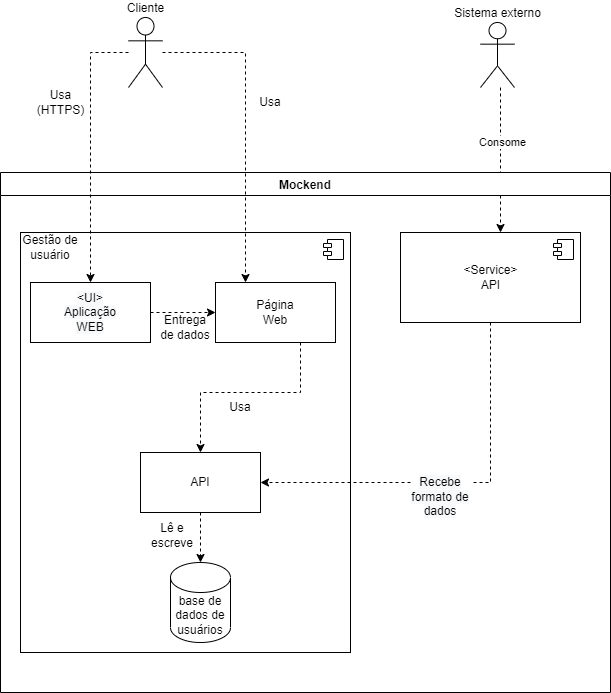
Above: Loremmock/imagens/Diagrama_de_Container.png in felipelagares/software-design-2021 (draw.io), before the change. Source tidied: cells renumbered, new cells last; positions are measured from the earlier drawing's top-left corner, leaving out a move shared by most shapes. Source of this version:
```xml
<mxGraphModel>
  <root>
    <mxCell id="0" />
    <mxCell id="1" parent="0" />
    <mxCell id="2" style="edgeStyle=orthogonalEdgeStyle;rounded=0;jettySize=auto;html=1;dashed=1;" parent="1" edge="1" source="4">
      <mxGeometry relative="1" as="geometry">
        <mxPoint x="500" y="215" as="targetPoint" />
        <Array as="points">
          <mxPoint x="500" y="105" />
          <mxPoint x="500" y="105" />
        </Array>
      </mxGeometry>
    </mxCell>
    <mxCell id="3" value="Consome" style="edgeLabel;html=1;align=center;verticalAlign=middle;" parent="2" vertex="1">
      <mxGeometry x="-0.36" y="1" relative="1" as="geometry">
        <mxPoint y="8" as="offset" />
      </mxGeometry>
    </mxCell>
    <mxCell id="4" value="Sistema externo&lt;br&gt;" style="shape=umlActor;verticalLabelPosition=top;verticalAlign=bottom;html=1;outlineConnect=0;labelPosition=center;align=center;" parent="1" vertex="1">
      <mxGeometry x="480" y="5" width="34" height="65" as="geometry" />
    </mxCell>
    <mxCell id="5" value="Mockend" style="swimlane;" parent="1" vertex="1">
      <mxGeometry y="155" width="610" height="520" as="geometry" />
    </mxCell>
    <mxCell id="6" style="html=1;" parent="5" vertex="1">
      <mxGeometry x="20" y="60" width="330" height="420" as="geometry" />
    </mxCell>
    <mxCell id="7" style="shape=module;jettyWidth=8;jettyHeight=4;" parent="6" vertex="1">
      <mxGeometry x="1" width="20" height="20" relative="1" as="geometry">
        <mxPoint x="-27" y="7" as="offset" />
      </mxGeometry>
    </mxCell>
    <mxCell id="8" value="&amp;lt;Service&amp;gt;&lt;br&gt;API" style="html=1;" parent="5" vertex="1">
      <mxGeometry x="400" y="60" width="180" height="90" as="geometry" />
    </mxCell>
    <mxCell id="9" style="shape=module;jettyWidth=8;jettyHeight=4;" parent="8" vertex="1">
      <mxGeometry x="1" width="20" height="20" relative="1" as="geometry">
        <mxPoint x="-27" y="7" as="offset" />
      </mxGeometry>
    </mxCell>
    <mxCell id="10" style="edgeStyle=orthogonalEdgeStyle;rounded=0;jettySize=auto;html=1;dashed=1;" parent="5" edge="1" source="11" target="24">
      <mxGeometry relative="1" as="geometry" />
    </mxCell>
    <mxCell id="11" value="&lt;br&gt;&lt;br&gt;&lt;span style=&quot;color: rgb(0 , 0 , 0) ; font-family: &amp;#34;helvetica&amp;#34; ; font-size: 12px ; font-style: normal ; font-weight: 400 ; letter-spacing: normal ; text-align: center ; text-indent: 0px ; text-transform: none ; word-spacing: 0px ; background-color: rgb(248 , 249 , 250) ; display: inline ; float: none&quot;&gt;Recebe formato de dados&lt;/span&gt;&lt;br&gt;" style="text;html=1;align=center;verticalAlign=middle;whiteSpace=wrap;rounded=0;" parent="5" vertex="1">
      <mxGeometry x="410" y="295" width="60" height="30" as="geometry" />
    </mxCell>
    <mxCell id="12" style="edgeStyle=orthogonalEdgeStyle;rounded=0;jettySize=auto;html=1;entryX=1;entryY=0.5;entryDx=0;entryDy=0;endArrow=none;dashed=1;" parent="5" edge="1" source="8" target="11">
      <mxGeometry relative="1" as="geometry" />
    </mxCell>
    <mxCell id="13" style="group;verticalAlign=middle;" parent="5" vertex="1">
      <mxGeometry x="30" y="110" width="120" height="60" as="geometry" />
    </mxCell>
    <mxCell id="14" style="rounded=0;whiteSpace=wrap;html=1;" parent="13" vertex="1">
      <mxGeometry width="120" height="60" as="geometry" />
    </mxCell>
    <mxCell id="15" value="&#10;&#10;&lt;span style=&quot;color: rgb(0, 0, 0); font-family: helvetica; font-size: 12px; font-style: normal; font-weight: 400; letter-spacing: normal; text-align: center; text-indent: 0px; text-transform: none; word-spacing: 0px; background-color: rgb(248, 249, 250); display: inline; float: none;&quot;&gt;&amp;lt;UI&amp;gt;&lt;/span&gt;&lt;br style=&quot;color: rgb(0, 0, 0); font-family: helvetica; font-size: 12px; font-style: normal; font-weight: 400; letter-spacing: normal; text-align: center; text-indent: 0px; text-transform: none; word-spacing: 0px; background-color: rgb(248, 249, 250);&quot;&gt;&lt;span style=&quot;color: rgb(0, 0, 0); font-family: helvetica; font-size: 12px; font-style: normal; font-weight: 400; letter-spacing: normal; text-align: center; text-indent: 0px; text-transform: none; word-spacing: 0px; background-color: rgb(248, 249, 250); display: inline; float: none;&quot;&gt;Aplicação WEB&lt;/span&gt;&#10;&#10;" style="text;html=1;strokeColor=none;fillColor=none;align=center;verticalAlign=middle;whiteSpace=wrap;rounded=0;" parent="13" vertex="1">
      <mxGeometry x="30" y="15" width="60" height="30" as="geometry" />
    </mxCell>
    <mxCell id="16" value="base de dados de usuários" style="shape=cylinder3;whiteSpace=wrap;html=1;boundedLbl=1;backgroundOutline=1;size=15;" parent="5" vertex="1">
      <mxGeometry x="170" y="390" width="60" height="80" as="geometry" />
    </mxCell>
    <mxCell id="17" style="edgeStyle=orthogonalEdgeStyle;rounded=0;jettySize=auto;html=1;dashed=1;" parent="5" edge="1" source="24" target="16">
      <mxGeometry relative="1" as="geometry" />
    </mxCell>
    <mxCell id="18" value="Lê e escreve" style="text;html=1;strokeColor=none;fillColor=none;align=center;verticalAlign=middle;whiteSpace=wrap;rounded=0;" parent="5" vertex="1">
      <mxGeometry x="142" y="348" width="60" height="30" as="geometry" />
    </mxCell>
    <mxCell id="19" style="edgeStyle=orthogonalEdgeStyle;rounded=0;jettySize=auto;html=1;dashed=1;" parent="5" edge="1" source="27" target="24">
      <mxGeometry relative="1" as="geometry">
        <Array as="points">
          <mxPoint x="300" y="220" />
          <mxPoint x="200" y="220" />
        </Array>
      </mxGeometry>
    </mxCell>
    <mxCell id="20" value="Usa" style="text;html=1;strokeColor=none;fillColor=none;align=center;verticalAlign=middle;whiteSpace=wrap;rounded=0;" parent="5" vertex="1">
      <mxGeometry x="210" y="220" width="60" height="30" as="geometry" />
    </mxCell>
    <mxCell id="21" style="edgeStyle=orthogonalEdgeStyle;rounded=0;jettySize=auto;html=1;dashed=1;" parent="5" edge="1" source="14" target="27">
      <mxGeometry relative="1" as="geometry" />
    </mxCell>
    <mxCell id="22" value="Entrega de dados" style="text;html=1;strokeColor=none;fillColor=none;align=center;verticalAlign=middle;whiteSpace=wrap;rounded=0;" parent="5" vertex="1">
      <mxGeometry x="155" y="140" width="60" height="30" as="geometry" />
    </mxCell>
    <mxCell id="23" style="group;" parent="5" vertex="1">
      <mxGeometry x="140" y="280" width="120" height="60" as="geometry" />
    </mxCell>
    <mxCell id="24" style="rounded=0;whiteSpace=wrap;html=1;" parent="23" vertex="1">
      <mxGeometry width="120" height="60" as="geometry" />
    </mxCell>
    <mxCell id="25" value="API" style="text;html=1;strokeColor=none;fillColor=none;align=center;verticalAlign=middle;whiteSpace=wrap;rounded=0;" parent="23" vertex="1">
      <mxGeometry x="30" y="15" width="60" height="30" as="geometry" />
    </mxCell>
    <mxCell id="26" style="group;" parent="5" vertex="1">
      <mxGeometry x="215" y="110" width="120" height="60" as="geometry" />
    </mxCell>
    <mxCell id="27" style="rounded=0;whiteSpace=wrap;html=1;" parent="26" vertex="1">
      <mxGeometry width="120" height="60" as="geometry" />
    </mxCell>
    <mxCell id="28" value="Página Web" style="text;html=1;strokeColor=none;fillColor=none;align=center;verticalAlign=middle;whiteSpace=wrap;rounded=0;" parent="26" vertex="1">
      <mxGeometry x="30" y="15" width="60" height="30" as="geometry" />
    </mxCell>
    <mxCell id="29" value="Gestão de usuário" style="text;html=1;strokeColor=none;fillColor=none;align=center;verticalAlign=middle;whiteSpace=wrap;rounded=0;" parent="5" vertex="1">
      <mxGeometry x="20" y="60" width="60" height="30" as="geometry" />
    </mxCell>
    <mxCell id="30" style="edgeStyle=orthogonalEdgeStyle;rounded=0;jettySize=auto;html=1;entryX=0.25;entryY=0;entryDx=0;entryDy=0;dashed=1;" parent="1" edge="1" source="32" target="27">
      <mxGeometry relative="1" as="geometry" />
    </mxCell>
    <mxCell id="31" style="edgeStyle=orthogonalEdgeStyle;rounded=0;jettySize=auto;html=1;dashed=1;" parent="1" edge="1" source="32" target="14">
      <mxGeometry relative="1" as="geometry">
        <Array as="points">
          <mxPoint x="90" y="35" />
        </Array>
      </mxGeometry>
    </mxCell>
    <mxCell id="32" value="Cliente&lt;br&gt;" style="shape=umlActor;verticalLabelPosition=top;verticalAlign=bottom;html=1;outlineConnect=0;labelPosition=center;align=center;" parent="1" vertex="1">
      <mxGeometry x="128" width="34" height="70" as="geometry" />
    </mxCell>
    <mxCell id="33" value="Usa&lt;br&gt;(HTTPS)" style="text;html=1;align=center;verticalAlign=middle;strokeColor=none;fillColor=none;" parent="1" vertex="1">
      <mxGeometry x="30" y="70" width="60" height="30" as="geometry" />
    </mxCell>
    <mxCell id="34" value="Usa" style="text;html=1;strokeColor=none;fillColor=none;align=center;verticalAlign=middle;whiteSpace=wrap;rounded=0;" parent="1" vertex="1">
      <mxGeometry x="240" y="70" width="60" height="30" as="geometry" />
    </mxCell>
  </root>
</mxGraphModel>
```
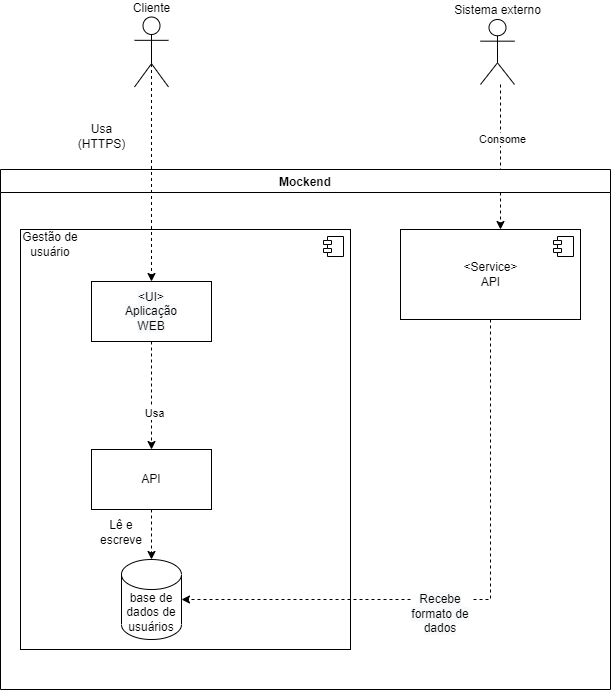
After the change.

Diff of the diagram source:
```diff
@@ -38,17 +38,26 @@
         <mxPoint x="-27" y="7" as="offset" />
       </mxGeometry>
     </mxCell>
-    <mxCell id="10" style="edgeStyle=orthogonalEdgeStyle;rounded=0;jettySize=auto;html=1;dashed=1;" parent="5" edge="1" source="11" target="24">
+    <mxCell id="10" style="edgeStyle=orthogonalEdgeStyle;rounded=0;jettySize=auto;html=1;dashed=1;entryX=1;entryY=0.5;entryDx=0;entryDy=0;entryPerimeter=0;" parent="5" edge="1" source="11" target="16">
       <mxGeometry relative="1" as="geometry" />
     </mxCell>
     <mxCell id="11" value="&lt;br&gt;&lt;br&gt;&lt;span style=&quot;color: rgb(0 , 0 , 0) ; font-family: &amp;#34;helvetica&amp;#34; ; font-size: 12px ; font-style: normal ; font-weight: 400 ; letter-spacing: normal ; text-align: center ; text-indent: 0px ; text-transform: none ; word-spacing: 0px ; background-color: rgb(248 , 249 , 250) ; display: inline ; float: none&quot;&gt;Recebe formato de dados&lt;/span&gt;&lt;br&gt;" style="text;html=1;align=center;verticalAlign=middle;whiteSpace=wrap;rounded=0;" parent="5" vertex="1">
-      <mxGeometry x="410" y="295" width="60" height="30" as="geometry" />
+      <mxGeometry x="410" y="415" width="60" height="30" as="geometry" />
     </mxCell>
     <mxCell id="12" style="edgeStyle=orthogonalEdgeStyle;rounded=0;jettySize=auto;html=1;entryX=1;entryY=0.5;entryDx=0;entryDy=0;endArrow=none;dashed=1;" parent="5" edge="1" source="8" target="11">
       <mxGeometry relative="1" as="geometry" />
     </mxCell>
+    <mxCell id="17" style="edgeStyle=orthogonalEdgeStyle;rounded=0;jettySize=auto;html=1;dashed=1;" parent="5" edge="1" source="24" target="16">
+      <mxGeometry relative="1" as="geometry" />
+    </mxCell>
+    <mxCell id="18" value="Lê e escreve" style="text;html=1;strokeColor=none;fillColor=none;align=center;verticalAlign=middle;whiteSpace=wrap;rounded=0;" parent="5" vertex="1">
+      <mxGeometry x="91" y="348" width="60" height="30" as="geometry" />
+    </mxCell>
+    <mxCell id="29" value="Gestão de usuário" style="text;html=1;strokeColor=none;fillColor=none;align=center;verticalAlign=middle;whiteSpace=wrap;rounded=0;" parent="5" vertex="1">
+      <mxGeometry x="20" y="60" width="60" height="30" as="geometry" />
+    </mxCell>
-    <mxCell id="13" style="group;verticalAlign=middle;" parent="5" vertex="1">
-      <mxGeometry x="30" y="110" width="120" height="60" as="geometry" />
+    <mxCell id="13" style="group;verticalAlign=middle;rotation=90;" parent="5" vertex="1">
+      <mxGeometry x="91" y="112" width="120" height="60" as="geometry" />
     </mxCell>
     <mxCell id="14" style="rounded=0;whiteSpace=wrap;html=1;" parent="13" vertex="1">
       <mxGeometry width="120" height="60" as="geometry" />
@@ -56,34 +65,8 @@
     <mxCell id="15" value="&#10;&#10;&lt;span style=&quot;color: rgb(0, 0, 0); font-family: helvetica; font-size: 12px; font-style: normal; font-weight: 400; letter-spacing: normal; text-align: center; text-indent: 0px; text-transform: none; word-spacing: 0px; background-color: rgb(248, 249, 250); display: inline; float: none;&quot;&gt;&amp;lt;UI&amp;gt;&lt;/span&gt;&lt;br style=&quot;color: rgb(0, 0, 0); font-family: helvetica; font-size: 12px; font-style: normal; font-weight: 400; letter-spacing: normal; text-align: center; text-indent: 0px; text-transform: none; word-spacing: 0px; background-color: rgb(248, 249, 250);&quot;&gt;&lt;span style=&quot;color: rgb(0, 0, 0); font-family: helvetica; font-size: 12px; font-style: normal; font-weight: 400; letter-spacing: normal; text-align: center; text-indent: 0px; text-transform: none; word-spacing: 0px; background-color: rgb(248, 249, 250); display: inline; float: none;&quot;&gt;Aplicação WEB&lt;/span&gt;&#10;&#10;" style="text;html=1;strokeColor=none;fillColor=none;align=center;verticalAlign=middle;whiteSpace=wrap;rounded=0;" parent="13" vertex="1">
       <mxGeometry x="30" y="15" width="60" height="30" as="geometry" />
     </mxCell>
-    <mxCell id="16" value="base de dados de usuários" style="shape=cylinder3;whiteSpace=wrap;html=1;boundedLbl=1;backgroundOutline=1;size=15;" parent="5" vertex="1">
-      <mxGeometry x="170" y="390" width="60" height="80" as="geometry" />
-    </mxCell>
-    <mxCell id="17" style="edgeStyle=orthogonalEdgeStyle;rounded=0;jettySize=auto;html=1;dashed=1;" parent="5" edge="1" source="24" target="16">
-      <mxGeometry relative="1" as="geometry" />
-    </mxCell>
-    <mxCell id="18" value="Lê e escreve" style="text;html=1;strokeColor=none;fillColor=none;align=center;verticalAlign=middle;whiteSpace=wrap;rounded=0;" parent="5" vertex="1">
-      <mxGeometry x="142" y="348" width="60" height="30" as="geometry" />
-    </mxCell>
-    <mxCell id="19" style="edgeStyle=orthogonalEdgeStyle;rounded=0;jettySize=auto;html=1;dashed=1;" parent="5" edge="1" source="27" target="24">
-      <mxGeometry relative="1" as="geometry">
-        <Array as="points">
-          <mxPoint x="300" y="220" />
-          <mxPoint x="200" y="220" />
-        </Array>
-      </mxGeometry>
-    </mxCell>
-    <mxCell id="20" value="Usa" style="text;html=1;strokeColor=none;fillColor=none;align=center;verticalAlign=middle;whiteSpace=wrap;rounded=0;" parent="5" vertex="1">
-      <mxGeometry x="210" y="220" width="60" height="30" as="geometry" />
-    </mxCell>
-    <mxCell id="21" style="edgeStyle=orthogonalEdgeStyle;rounded=0;jettySize=auto;html=1;dashed=1;" parent="5" edge="1" source="14" target="27">
-      <mxGeometry relative="1" as="geometry" />
-    </mxCell>
-    <mxCell id="22" value="Entrega de dados" style="text;html=1;strokeColor=none;fillColor=none;align=center;verticalAlign=middle;whiteSpace=wrap;rounded=0;" parent="5" vertex="1">
-      <mxGeometry x="155" y="140" width="60" height="30" as="geometry" />
-    </mxCell>
     <mxCell id="23" style="group;" parent="5" vertex="1">
-      <mxGeometry x="140" y="280" width="120" height="60" as="geometry" />
+      <mxGeometry x="91" y="280" width="120" height="60" as="geometry" />
     </mxCell>
     <mxCell id="24" style="rounded=0;whiteSpace=wrap;html=1;" parent="23" vertex="1">
       <mxGeometry width="120" height="60" as="geometry" />
@@ -91,36 +74,23 @@
     <mxCell id="25" value="API" style="text;html=1;strokeColor=none;fillColor=none;align=center;verticalAlign=middle;whiteSpace=wrap;rounded=0;" parent="23" vertex="1">
       <mxGeometry x="30" y="15" width="60" height="30" as="geometry" />
     </mxCell>
-    <mxCell id="26" style="group;" parent="5" vertex="1">
-      <mxGeometry x="215" y="110" width="120" height="60" as="geometry" />
-    </mxCell>
-    <mxCell id="27" style="rounded=0;whiteSpace=wrap;html=1;" parent="26" vertex="1">
-      <mxGeometry width="120" height="60" as="geometry" />
-    </mxCell>
-    <mxCell id="28" value="Página Web" style="text;html=1;strokeColor=none;fillColor=none;align=center;verticalAlign=middle;whiteSpace=wrap;rounded=0;" parent="26" vertex="1">
-      <mxGeometry x="30" y="15" width="60" height="30" as="geometry" />
-    </mxCell>
-    <mxCell id="29" value="Gestão de usuário" style="text;html=1;strokeColor=none;fillColor=none;align=center;verticalAlign=middle;whiteSpace=wrap;rounded=0;" parent="5" vertex="1">
-      <mxGeometry x="20" y="60" width="60" height="30" as="geometry" />
-    </mxCell>
-    <mxCell id="30" style="edgeStyle=orthogonalEdgeStyle;rounded=0;jettySize=auto;html=1;entryX=0.25;entryY=0;entryDx=0;entryDy=0;dashed=1;" parent="1" edge="1" source="32" target="27">
-      <mxGeometry relative="1" as="geometry" />
-    </mxCell>
-    <mxCell id="31" style="edgeStyle=orthogonalEdgeStyle;rounded=0;jettySize=auto;html=1;dashed=1;" parent="1" edge="1" source="32" target="14">
-      <mxGeometry relative="1" as="geometry">
-        <Array as="points">
-          <mxPoint x="90" y="35" />
-        </Array>
-      </mxGeometry>
-    </mxCell>
+    <mxCell id="16" value="base de dados de usuários" style="shape=cylinder3;whiteSpace=wrap;html=1;boundedLbl=1;backgroundOutline=1;size=15;" parent="5" vertex="1">
+      <mxGeometry x="121" y="390" width="60" height="80" as="geometry" />
+    </mxCell>
+    <mxCell id="35" style="endArrow=classic;dashed=1;html=1;rounded=0;exitX=0.5;exitY=1;exitDx=0;exitDy=0;entryX=0.5;entryY=0;entryDx=0;entryDy=0;endFill=1;" parent="5" edge="1" source="14" target="24">
+      <mxGeometry relative="1" as="geometry" />
+    </mxCell>
+    <mxCell id="36" value="Usa" style="edgeLabel;html=1;align=center;verticalAlign=middle;" parent="35" vertex="1">
+      <mxGeometry x="0.31" y="2" relative="1" as="geometry" />
+    </mxCell>
     <mxCell id="32" value="Cliente&lt;br&gt;" style="shape=umlActor;verticalLabelPosition=top;verticalAlign=bottom;html=1;outlineConnect=0;labelPosition=center;align=center;" parent="1" vertex="1">
-      <mxGeometry x="128" width="34" height="70" as="geometry" />
+      <mxGeometry x="134" y="2.5" width="34" height="70" as="geometry" />
     </mxCell>
     <mxCell id="33" value="Usa&lt;br&gt;(HTTPS)" style="text;html=1;align=center;verticalAlign=middle;strokeColor=none;fillColor=none;" parent="1" vertex="1">
-      <mxGeometry x="30" y="70" width="60" height="30" as="geometry" />
+      <mxGeometry x="71" y="107" width="60" height="30" as="geometry" />
     </mxCell>
-    <mxCell id="34" value="Usa" style="text;html=1;strokeColor=none;fillColor=none;align=center;verticalAlign=middle;whiteSpace=wrap;rounded=0;" parent="1" vertex="1">
-      <mxGeometry x="240" y="70" width="60" height="30" as="geometry" />
-    </mxCell>
+    <mxCell id="31" style="endArrow=classic;dashed=1;html=1;rounded=0;exitX=0.5;exitY=0.5;exitDx=0;exitDy=0;exitPerimeter=0;entryX=0.5;entryY=0;entryDx=0;entryDy=0;endFill=1;" parent="1" edge="1" source="32" target="14">
+      <mxGeometry relative="1" as="geometry" />
+    </mxCell>
   </root>
 </mxGraphModel>
```
